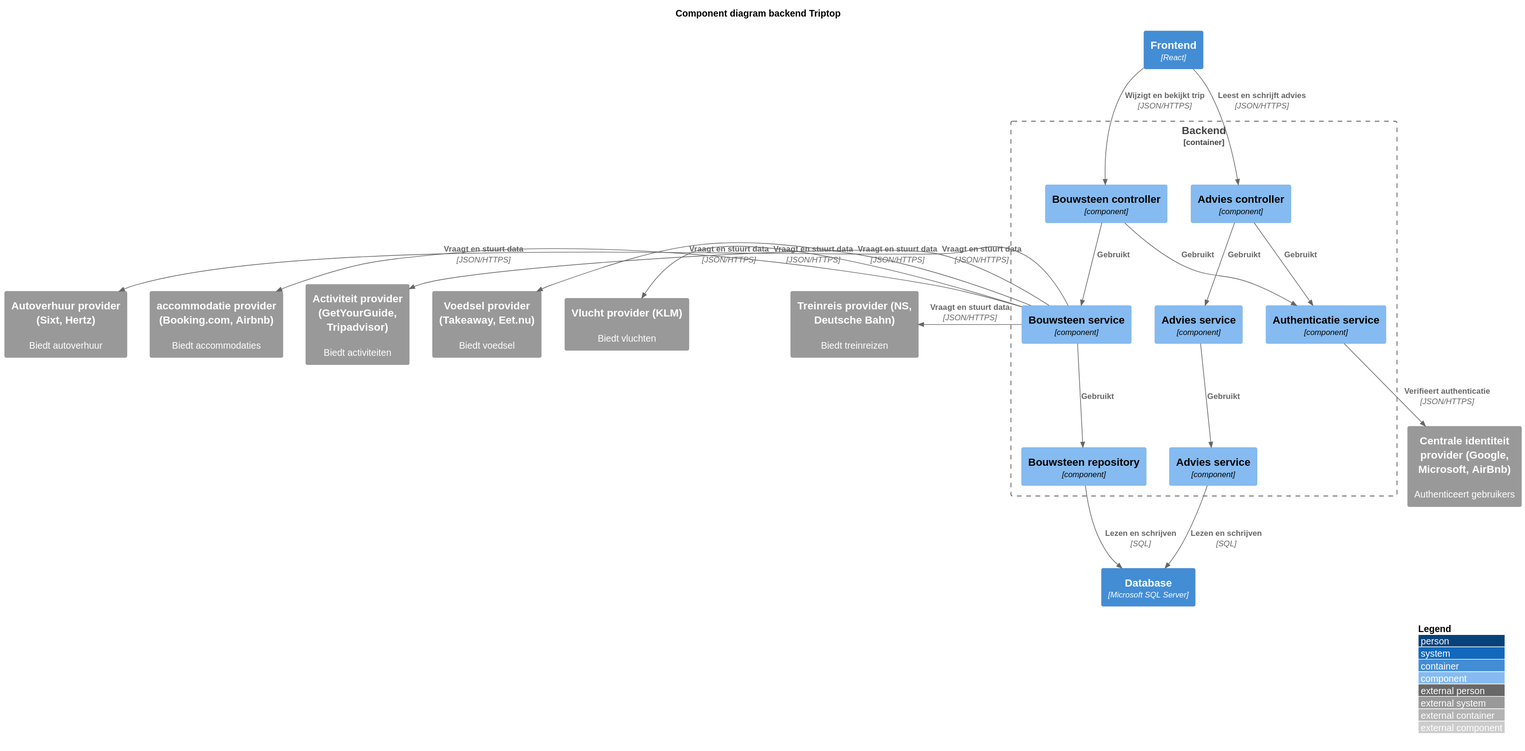
AIM-ENE-feb25/triptop-groep-tweeeeeeeeeeeeeeeeeeeeee keeps this PlantUML diagram as c4 component diagram backend-Component_diagram_backend_Triptop.svg. Above is the earlier version. Source of this version:
```plantuml
@startuml
!include https://raw.githubusercontent.com/plantuml-stdlib/C4-PlantUML/master/C4_Component.puml

title Component diagram backend Triptop

Container_Boundary(backend, "Backend") {
    Component(bouwsteenController, "Bouwsteen controller", "component")
    Component(bouwsteenService, "Bouwsteen service", "component")
    Component(bouwsteenRepository, "Bouwsteen repository", "component")

    Component(authService, "Authenticatie service", "component")

    Component(adviesController, "Advies controller", "component")
    Component(adviesService, "Advies service", "component")
    Component(adviesRepository, "Advies service", "component")
}

Rel_D(bouwsteenController, bouwsteenService, "Gebruikt")
Rel_D(bouwsteenService, bouwsteenRepository, "Gebruikt")
Rel_D(bouwsteenController, authService, "Gebruikt")
Rel_D(adviesController, authService, "Gebruikt")
Rel_D(adviesController, adviesService, "Gebruikt")
Rel_D(adviesService, adviesRepository, "Gebruikt")

Container(frontend, "Frontend", "React")
Container(database, "Database", "Microsoft SQL Server")

System_Ext(centraleIdentiteitProvider, "Centrale identiteit provider (Google, Microsoft, AirBnb)", "Authenticeert gebruikers")
System_Ext(treinProvider, "Treinreis provider (NS, Deutsche Bahn)", "Biedt treinreizen")
System_Ext(vluchtProvider, "Vlucht provider (KLM)", "Biedt vluchten")
System_Ext(voedselProvider, "Voedsel provider (Takeaway, Eet.nu)", Biedt voedsel)
System_Ext(activiteitProvider, "Activiteit provider (GetYourGuide, Tripadvisor)", "Biedt activiteiten")
System_Ext(accommodatieProvider, "accommodatie provider (Booking.com, Airbnb)", "Biedt accommodaties")
System_Ext(autoverhuurProvider, "Autoverhuur provider (Sixt, Hertz)", "Biedt autoverhuur")

Rel_D(frontend, bouwsteenController, "Wijzigt en bekijkt trip", "JSON/HTTPS")
Rel_D(frontend, adviesController, "Leest en schrijft advies", "JSON/HTTPS")

Rel_D(authService, centraleIdentiteitProvider, "Verifieert authenticatie", "JSON/HTTPS")
Rel_D(bouwsteenRepository, database, "Lezen en schrijven", "SQL")
Rel_D(adviesRepository, database, "Lezen en schrijven", "SQL")

Rel_L(bouwsteenService, treinProvider, "Vraagt en stuurt data", "JSON/HTTPS")
Rel_L(bouwsteenService, vluchtProvider, "Vraagt en stuurt data", "JSON/HTTPS")
Rel_L(bouwsteenService, voedselProvider, "Vraagt en stuurt data", "JSON/HTTPS")
Rel_L(bouwsteenService, activiteitProvider, "Vraagt en stuurt data", "JSON/HTTPS")
Rel_L(bouwsteenService, accommodatieProvider, "Vraagt en stuurt data", "JSON/HTTPS")
Rel_L(bouwsteenService, autoverhuurProvider, "Vraagt en stuurt data", "JSON/HTTPS")

LAYOUT_WITH_LEGEND()
@enduml
```
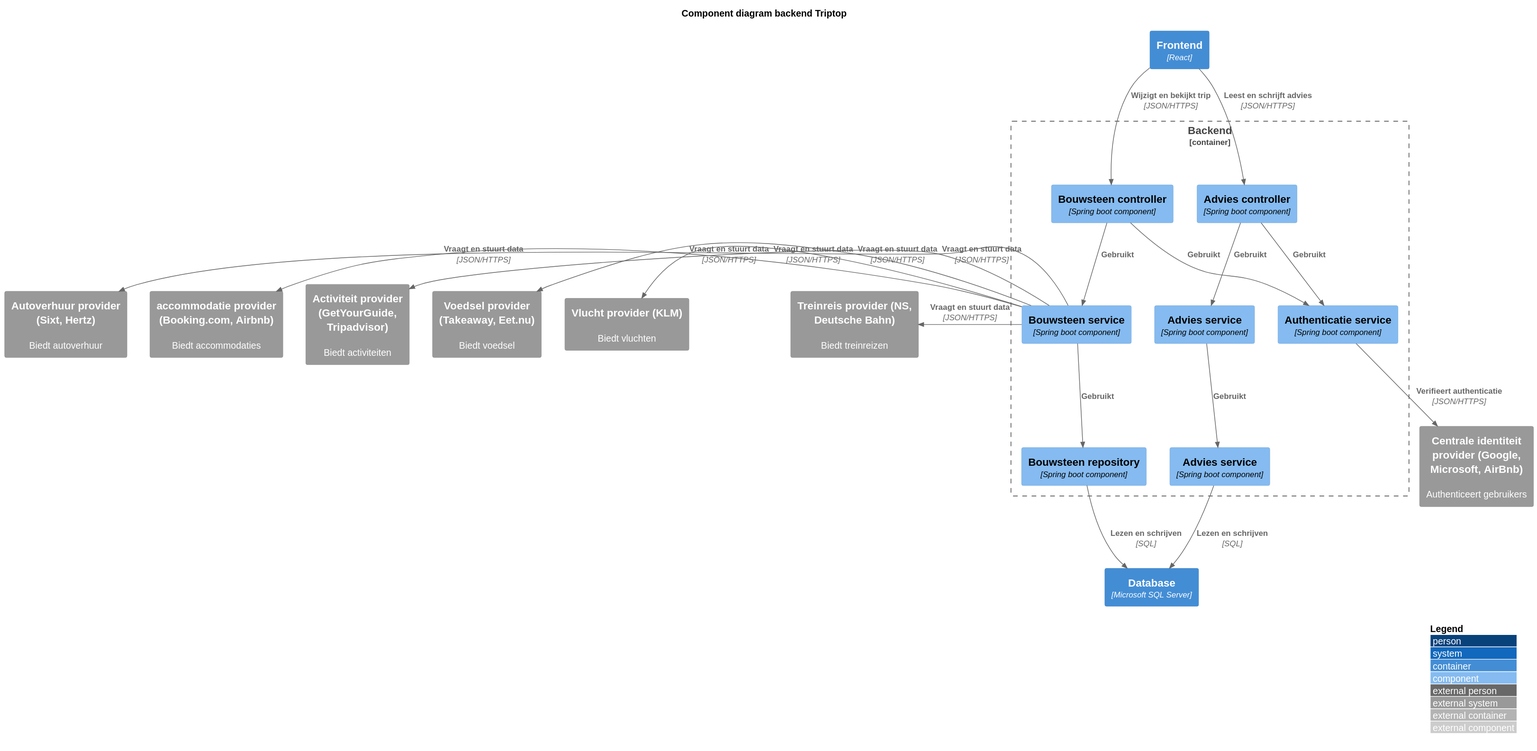
The same file after the commit.

Diff of the diagram source:
```diff
@@ -4,15 +4,15 @@
 title Component diagram backend Triptop
 
 Container_Boundary(backend, "Backend") {
-    Component(bouwsteenController, "Bouwsteen controller", "component")
-    Component(bouwsteenService, "Bouwsteen service", "component")
-    Component(bouwsteenRepository, "Bouwsteen repository", "component")
+    Component(bouwsteenController, "Bouwsteen controller", "Spring boot component")
+    Component(bouwsteenService, "Bouwsteen service", "Spring boot component")
+    Component(bouwsteenRepository, "Bouwsteen repository", "Spring boot component")
 
-    Component(authService, "Authenticatie service", "component")
+    Component(authService, "Authenticatie service", "Spring boot component")
 
-    Component(adviesController, "Advies controller", "component")
-    Component(adviesService, "Advies service", "component")
-    Component(adviesRepository, "Advies service", "component")
+    Component(adviesController, "Advies controller", "Spring boot component")
+    Component(adviesService, "Advies service", "Spring boot component")
+    Component(adviesRepository, "Advies service", "Spring boot component")
 }
 
 Rel_D(bouwsteenController, bouwsteenService, "Gebruikt")
```
